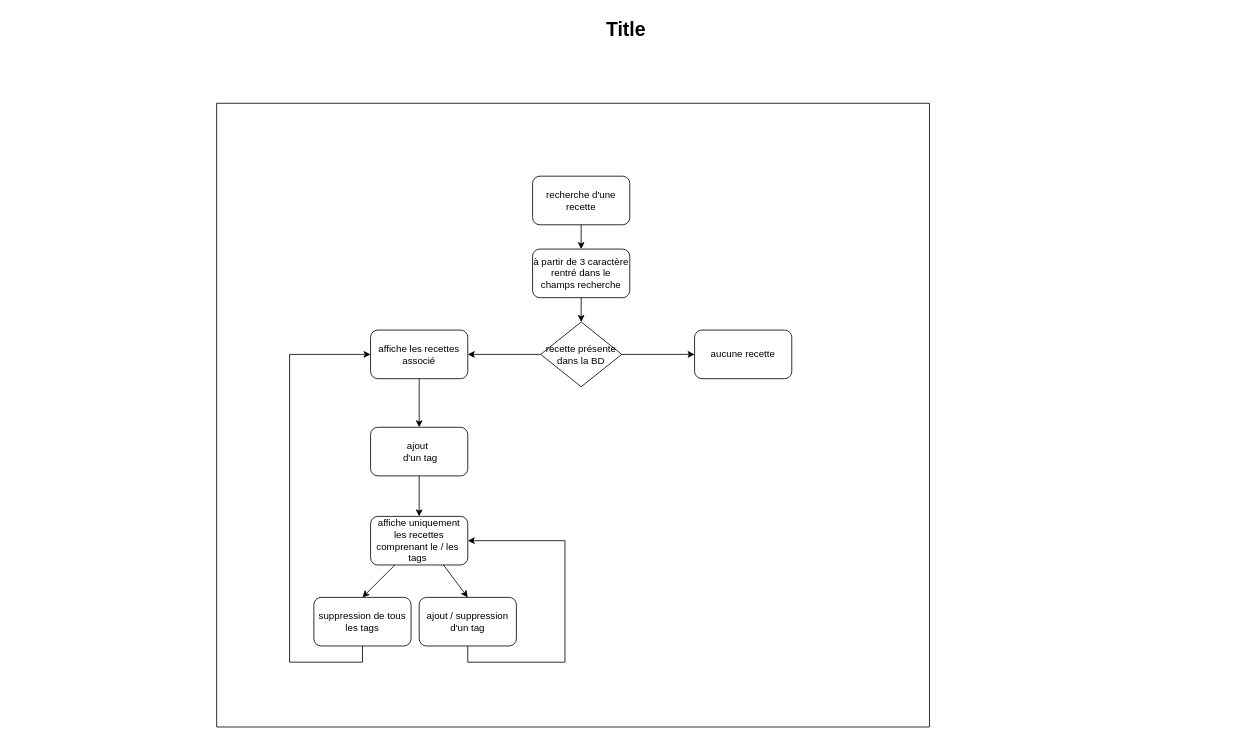
The draw.io diagram Diagramme sans nom.drawio in FlorentEeckeman/p7-React-Algo, before the edit. Source tidied: cells renumbered, new cells numbered last; positions are measured from the earlier drawing's top-left corner, leaving out a move shared by most shapes. Both pictures are drawn from the tidied source at 81%, with x=0, y=0 at pixel (14, 14).
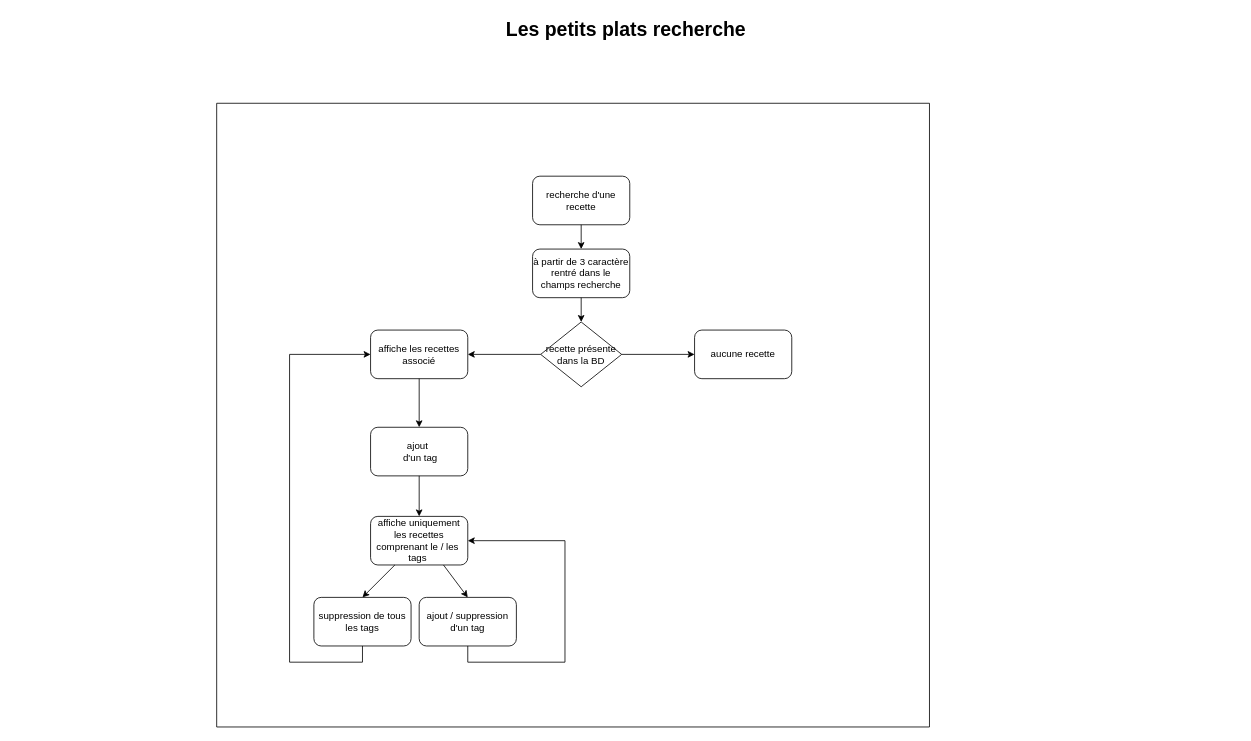
After the change.

Commit message:
les petits plats recherche.drawio

Diff of the diagram source:
```diff
@@
-    <mxCell id="2" value="Title" style="text;strokeColor=none;fillColor=none;html=1;fontSize=24;fontStyle=1;verticalAlign=middle;align=center;" parent="1" vertex="1">
+    <mxCell id="2" value="Les petits plats recherche" style="text;strokeColor=none;fillColor=none;html=1;fontSize=24;fontStyle=1;verticalAlign=middle;align=center;" parent="1" vertex="1">
       <mxGeometry width="1510" height="40" as="geometry" />
     </mxCell>
```
